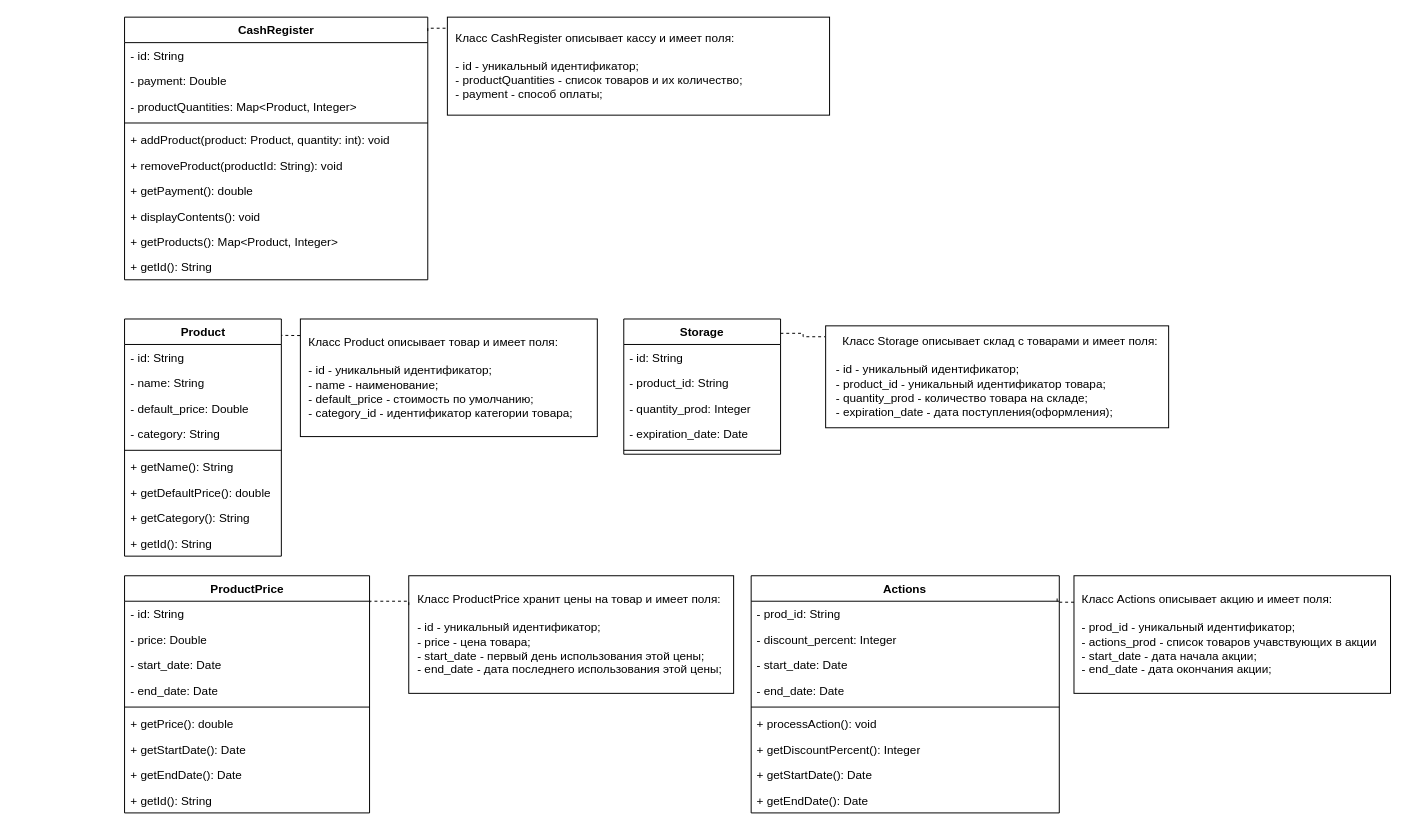
Before: Диаграмма без названия.drawio in IlyaSannikow/Machine-learning, a draw.io diagram. Source tidied: cells renumbered, new cells numbered last; positions are measured from the earlier drawing's top-left corner, leaving out a move shared by most shapes. Both pictures are drawn from the tidied source at 98%, with x=0, y=0 at pixel (124, 17).
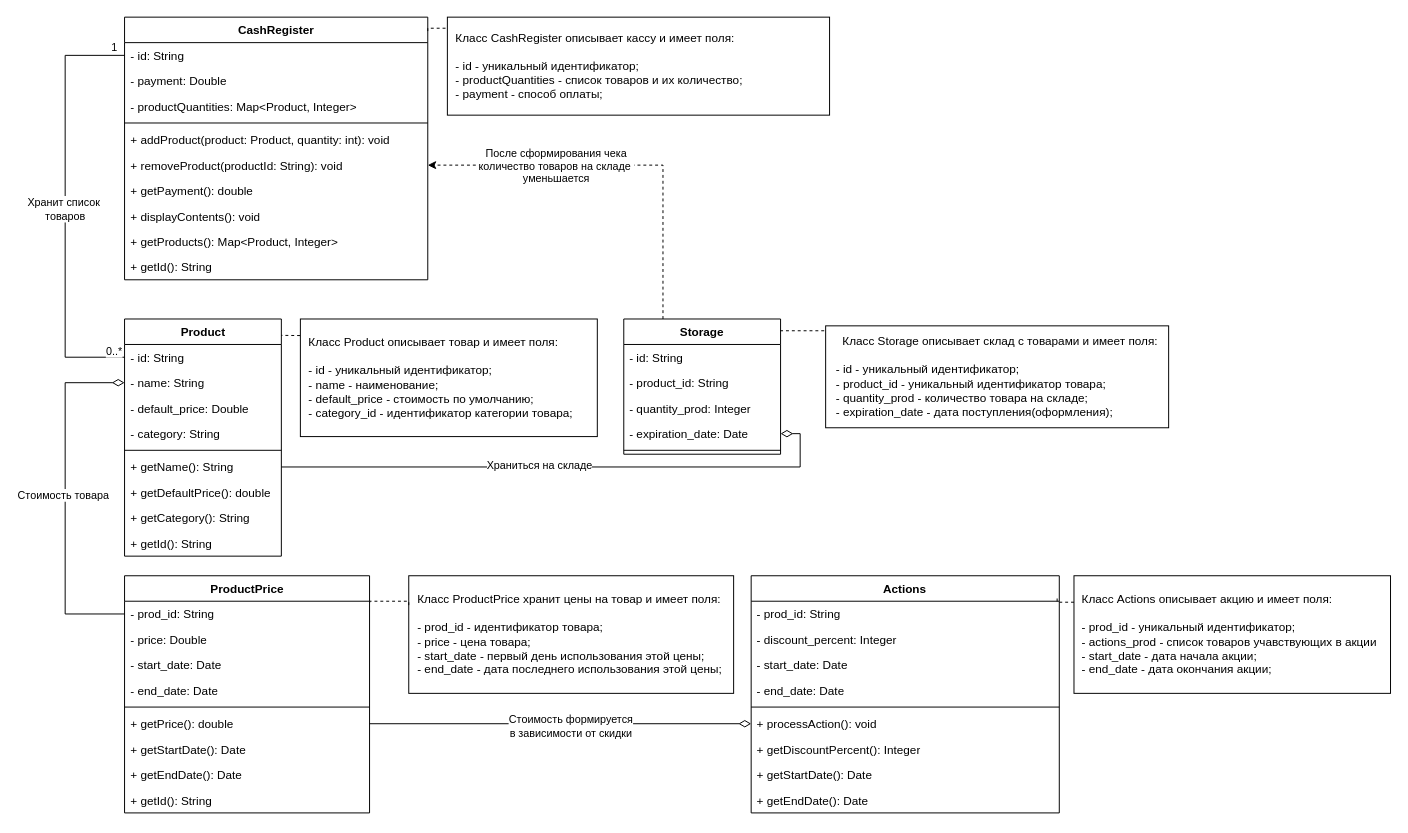
The same page after the edit.

Commit message:
Готовая диаграмма классов

Unchanged cells that the change refers to:
```xml
<mxCell id="3" value="- id: String" style="text;strokeColor=none;fillColor=none;align=left;verticalAlign=top;spacingLeft=4;spacingRight=4;overflow=hidden;points=[[0,0.5],[1,0.5]];portConstraint=eastwest;whiteSpace=wrap;html=1;" parent="2" vertex="1">
  <mxGeometry y="26" width="160" height="26" as="geometry" />
</mxCell>
<mxCell id="4" value="- name: String" style="text;strokeColor=none;fillColor=none;align=left;verticalAlign=top;spacingLeft=4;spacingRight=4;overflow=hidden;points=[[0,0.5],[1,0.5]];portConstraint=eastwest;whiteSpace=wrap;html=1;" parent="2" vertex="1">
  <mxGeometry y="52" width="160" height="26" as="geometry" />
</mxCell>
<mxCell id="8" value="+ getName(): String" style="text;strokeColor=none;fillColor=none;align=left;verticalAlign=top;spacingLeft=4;spacingRight=4;overflow=hidden;points=[[0,0.5],[1,0.5]];portConstraint=eastwest;whiteSpace=wrap;html=1;" parent="2" vertex="1">
  <mxGeometry y="138" width="160" height="26" as="geometry" />
</mxCell>
<mxCell id="13" value="Storage" style="swimlane;fontStyle=1;align=center;verticalAlign=top;horizontal=1;startSize=26;whiteSpace=wrap;html=1;" parent="1" vertex="1">
  <mxGeometry x="509" y="308" width="160" height="138" as="geometry" />
</mxCell>
<mxCell id="17" value="- expiration_date: Date" style="text;strokeColor=none;fillColor=none;align=left;verticalAlign=top;spacingLeft=4;spacingRight=4;overflow=hidden;points=[[0,0.5],[1,0.5]];portConstraint=eastwest;whiteSpace=wrap;html=1;" parent="13" vertex="1">
  <mxGeometry y="104" width="160" height="26" as="geometry" />
</mxCell>
<mxCell id="19" value="&lt;div style=&quot;text-align: left;&quot;&gt;&lt;span style=&quot;background-color: initial;&quot;&gt;&amp;nbsp; Класс Storage описывает склад с товарами и имеет поля:&lt;/span&gt;&lt;/div&gt;&lt;div style=&quot;text-align: left;&quot;&gt;&lt;span style=&quot;background-color: initial;&quot;&gt;&lt;br&gt;&lt;/span&gt;&lt;/div&gt;&lt;div style=&quot;text-align: left;&quot;&gt;&lt;span style=&quot;background-color: initial;&quot;&gt;- id - уникальный идентификатор;&lt;/span&gt;&lt;br&gt;&lt;/div&gt;&lt;div style=&quot;text-align: left;&quot;&gt;- product_id - уникальный идентификатор товара;&amp;nbsp;&lt;/div&gt;&lt;div style=&quot;text-align: left;&quot;&gt;&lt;span style=&quot;background-color: initial;&quot;&gt;- quantity_prod - количество товара на складе;&lt;/span&gt;&lt;/div&gt;&lt;div style=&quot;text-align: left;&quot;&gt;&lt;span style=&quot;background-color: initial;&quot;&gt;- expiration_date - дата поступления(оформления);&lt;/span&gt;&lt;/div&gt;" style="html=1;whiteSpace=wrap;perimeterSpacing=0;" parent="1" vertex="1">
  <mxGeometry x="715" y="315" width="350" height="104" as="geometry" />
</mxCell>
<mxCell id="28" value="+ processAction(): void" style="text;strokeColor=none;fillColor=none;align=left;verticalAlign=top;spacingLeft=4;spacingRight=4;overflow=hidden;points=[[0,0.5],[1,0.5]];portConstraint=eastwest;whiteSpace=wrap;html=1;" parent="22" vertex="1">
  <mxGeometry y="138" width="314.4" height="26" as="geometry" />
</mxCell>
<mxCell id="35" value="- id: String" style="text;strokeColor=none;fillColor=none;align=left;verticalAlign=top;spacingLeft=4;spacingRight=4;overflow=hidden;points=[[0,0.5],[1,0.5]];portConstraint=eastwest;whiteSpace=wrap;html=1;" parent="34" vertex="1">
  <mxGeometry y="26" width="309.4" height="26" as="geometry" />
</mxCell>
<mxCell id="40" value="&lt;div&gt;+ removeProduct(productId: String): void&lt;/div&gt;" style="text;strokeColor=none;fillColor=none;align=left;verticalAlign=top;spacingLeft=4;spacingRight=4;overflow=hidden;points=[[0,0.5],[1,0.5]];portConstraint=eastwest;whiteSpace=wrap;html=1;" parent="34" vertex="1">
  <mxGeometry y="138" width="309.4" height="26" as="geometry" />
</mxCell>
<mxCell id="45" value="ProductPrice" style="swimlane;fontStyle=1;align=center;verticalAlign=top;horizontal=1;startSize=26;whiteSpace=wrap;html=1;" parent="1" vertex="1">
  <mxGeometry x="-0.4" y="570" width="250" height="242" as="geometry" />
</mxCell>
<mxCell id="51" value="+ getPrice(): double" style="text;strokeColor=none;fillColor=none;align=left;verticalAlign=top;spacingLeft=4;spacingRight=4;overflow=hidden;points=[[0,0.5],[1,0.5]];portConstraint=eastwest;whiteSpace=wrap;html=1;" parent="45" vertex="1">
  <mxGeometry y="138" width="250" height="26" as="geometry" />
</mxCell>
```

The edit, as a diff of the source:
```diff
@@
+    <mxCell id="59" style="edgeStyle=orthogonalEdgeStyle;rounded=0;jettySize=auto;html=1;exitX=0.25;exitY=0;exitDx=0;exitDy=0;entryX=1;entryY=0.5;entryDx=0;entryDy=0;dashed=1;" parent="1" edge="1" source="13" target="40">
+      <mxGeometry relative="1" as="geometry" />
+    </mxCell>
+    <mxCell id="60" value="После сформирования чека&lt;div&gt;количество товаров на складе&amp;nbsp;&lt;/div&gt;&lt;div&gt;уменьшается&lt;/div&gt;" style="edgeLabel;html=1;align=center;verticalAlign=middle;" parent="59" vertex="1">
+      <mxGeometry x="0.18" y="3" relative="1" as="geometry">
+        <mxPoint x="-33" y="-3" as="offset" />
+      </mxGeometry>
+    </mxCell>
@@
-    <mxCell id="21" style="edgeStyle=orthogonalEdgeStyle;rounded=0;jettySize=auto;html=1;exitX=0.999;exitY=0.106;exitDx=0;exitDy=0;entryX=-0.002;entryY=0.107;entryDx=0;entryDy=0;entryPerimeter=0;exitPerimeter=0;endArrow=none;endFill=0;dashed=1;" parent="1" edge="1" source="13" target="19">
-      <mxGeometry relative="1" as="geometry" />
+    <mxCell id="21" style="edgeStyle=orthogonalEdgeStyle;rounded=0;jettySize=auto;html=1;exitX=0.997;exitY=0.087;exitDx=0;exitDy=0;exitPerimeter=0;endArrow=none;endFill=0;dashed=1;" parent="1" edge="1" source="13">
+      <mxGeometry relative="1" as="geometry">
+        <mxPoint x="714" y="320" as="targetPoint" />
+      </mxGeometry>
     </mxCell>
@@
-    <mxCell id="46" value="- id: String" style="text;strokeColor=none;fillColor=none;align=left;verticalAlign=top;spacingLeft=4;spacingRight=4;overflow=hidden;points=[[0,0.5],[1,0.5]];portConstraint=eastwest;whiteSpace=wrap;html=1;" parent="45" vertex="1">
+    <mxCell id="46" value="- prod_id: String" style="text;strokeColor=none;fillColor=none;align=left;verticalAlign=top;spacingLeft=4;spacingRight=4;overflow=hidden;points=[[0,0.5],[1,0.5]];portConstraint=eastwest;whiteSpace=wrap;html=1;" parent="45" vertex="1">
       <mxGeometry y="26" width="250" height="26" as="geometry" />
     </mxCell>
@@
-    <mxCell id="57" value="&amp;nbsp; Класс ProductPrice хранит цены на товар и имеет поля:&amp;nbsp;&lt;div&gt;&lt;br&gt;&lt;div&gt;&amp;nbsp; - id - уникальный идентификатор;&lt;/div&gt;&lt;div&gt;&amp;nbsp; - price - цена товара;&lt;/div&gt;&lt;/div&gt;&lt;div&gt;&amp;nbsp; - start_date - первый день использования этой цены;&lt;br&gt;&lt;/div&gt;&lt;div&gt;&amp;nbsp; - end_date - дата последнего использования этой цены;&lt;/div&gt;" style="html=1;whiteSpace=wrap;align=left;" parent="1" vertex="1">
+    <mxCell id="57" value="&amp;nbsp; Класс ProductPrice хранит цены на товар и имеет поля:&amp;nbsp;&lt;div&gt;&lt;br&gt;&lt;div&gt;&amp;nbsp; - prod_id - идентификатор товара;&lt;/div&gt;&lt;div&gt;&amp;nbsp; - price - цена товара;&lt;/div&gt;&lt;/div&gt;&lt;div&gt;&amp;nbsp; - start_date - первый день использования этой цены;&lt;br&gt;&lt;/div&gt;&lt;div&gt;&amp;nbsp; - end_date - дата последнего использования этой цены;&lt;/div&gt;" style="html=1;whiteSpace=wrap;align=left;" parent="1" vertex="1">
       <mxGeometry x="289.6" y="570" width="331.5" height="120" as="geometry" />
     </mxCell>
@@
+    <mxCell id="61" style="edgeStyle=orthogonalEdgeStyle;rounded=0;jettySize=auto;html=1;exitX=0;exitY=0.5;exitDx=0;exitDy=0;entryX=0;entryY=0.5;entryDx=0;entryDy=0;endArrow=none;endFill=0;" parent="1" edge="1" source="35" target="3">
+      <mxGeometry relative="1" as="geometry">
+        <Array as="points">
+          <mxPoint x="-61" y="39" />
+          <mxPoint x="-61" y="347" />
+        </Array>
+      </mxGeometry>
+    </mxCell>
+    <mxCell id="62" value="Хранит список&amp;nbsp;&lt;div&gt;товаров&lt;/div&gt;" style="edgeLabel;html=1;align=center;verticalAlign=middle;" parent="61" vertex="1">
+      <mxGeometry x="0.01" y="-1" relative="1" as="geometry" />
+    </mxCell>
+    <mxCell id="63" value="1" style="edgeLabel;html=1;align=center;verticalAlign=middle;" parent="61" vertex="1">
+      <mxGeometry x="-0.94" relative="1" as="geometry">
+        <mxPoint x="2" y="-9" as="offset" />
+      </mxGeometry>
+    </mxCell>
+    <mxCell id="64" value="0..*" style="edgeLabel;html=1;align=center;verticalAlign=middle;" parent="61" vertex="1">
+      <mxGeometry x="0.94" y="2" relative="1" as="geometry">
+        <mxPoint x="2" y="-5" as="offset" />
+      </mxGeometry>
+    </mxCell>
+    <mxCell id="65" style="edgeStyle=orthogonalEdgeStyle;rounded=0;jettySize=auto;html=1;exitX=0;exitY=0.5;exitDx=0;exitDy=0;entryX=0;entryY=0.5;entryDx=0;entryDy=0;endArrow=diamondThin;endFill=0;endSize=10;" parent="1" edge="1" source="46" target="4">
+      <mxGeometry relative="1" as="geometry">
+        <Array as="points">
+          <mxPoint x="-61" y="609" />
+          <mxPoint x="-61" y="373" />
+        </Array>
+      </mxGeometry>
+    </mxCell>
+    <mxCell id="66" value="Стоимость товара" style="edgeLabel;html=1;align=center;verticalAlign=middle;" parent="65" vertex="1">
+      <mxGeometry x="0.02" y="3" relative="1" as="geometry" />
+    </mxCell>
+    <mxCell id="67" style="edgeStyle=orthogonalEdgeStyle;rounded=0;jettySize=auto;html=1;exitX=0;exitY=0.5;exitDx=0;exitDy=0;entryX=1;entryY=0.5;entryDx=0;entryDy=0;endArrow=none;endFill=0;endSize=6;startArrow=diamondThin;startFill=0;startSize=10;" parent="1" edge="1" source="28" target="51">
+      <mxGeometry relative="1" as="geometry" />
+    </mxCell>
+    <mxCell id="68" value="Стоимость формируется&lt;div&gt;в зависимости от скидки&lt;/div&gt;" style="edgeLabel;html=1;align=center;verticalAlign=middle;" parent="67" vertex="1">
+      <mxGeometry x="-0.05" y="2" relative="1" as="geometry" />
+    </mxCell>
+    <mxCell id="69" style="edgeStyle=orthogonalEdgeStyle;rounded=0;jettySize=auto;html=1;exitX=1;exitY=0.5;exitDx=0;exitDy=0;entryX=1;entryY=0.5;entryDx=0;entryDy=0;endArrow=diamondThin;endFill=0;endSize=10;" parent="1" edge="1" source="8" target="17">
+      <mxGeometry relative="1" as="geometry" />
+    </mxCell>
+    <mxCell id="70" value="Храниться на складе" style="edgeLabel;html=1;align=center;verticalAlign=middle;" parent="69" vertex="1">
+      <mxGeometry x="-0.1" y="2" relative="1" as="geometry" />
+    </mxCell>
```
